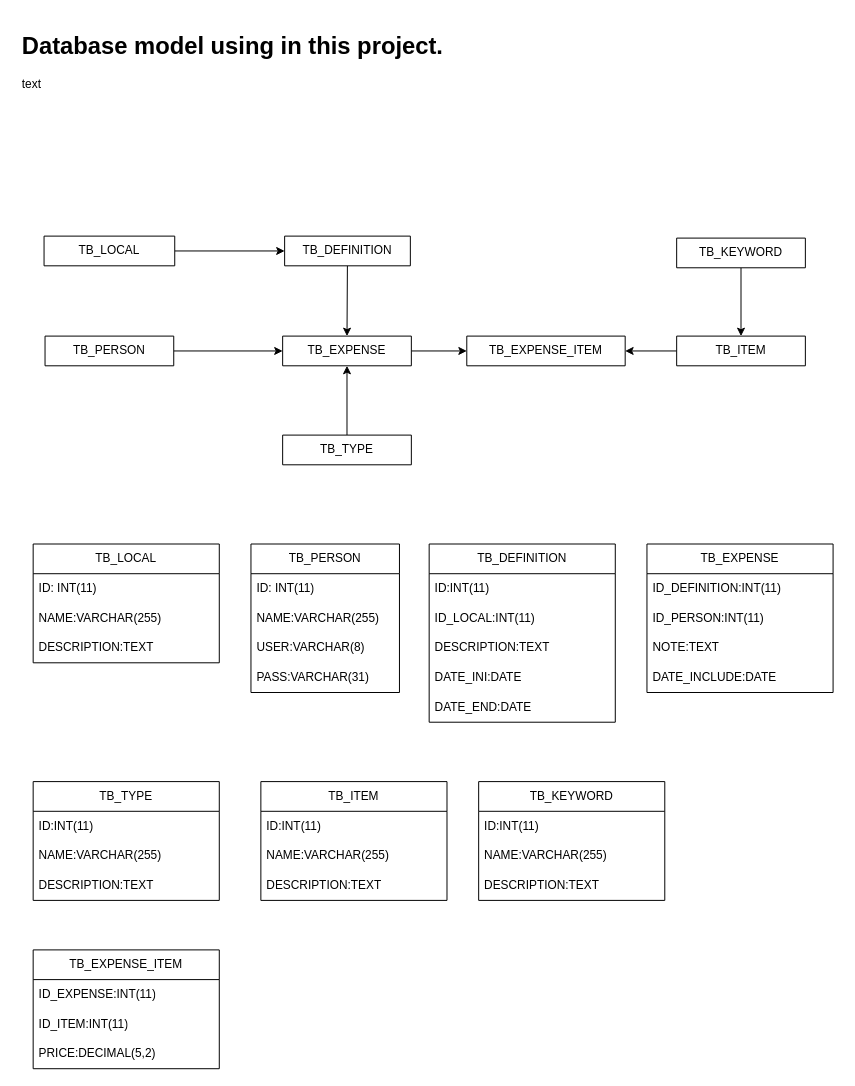
Above: documentation/spend-list-database.drawio in distro104/spend-list (draw.io), before the change. Source tidied: cells renumbered, new cells numbered last; positions are measured from the earlier drawing's top-left corner, leaving out a move shared by most shapes. Both pictures are drawn from the tidied source at 99%, with x=0, y=0 at pixel (17, 27).
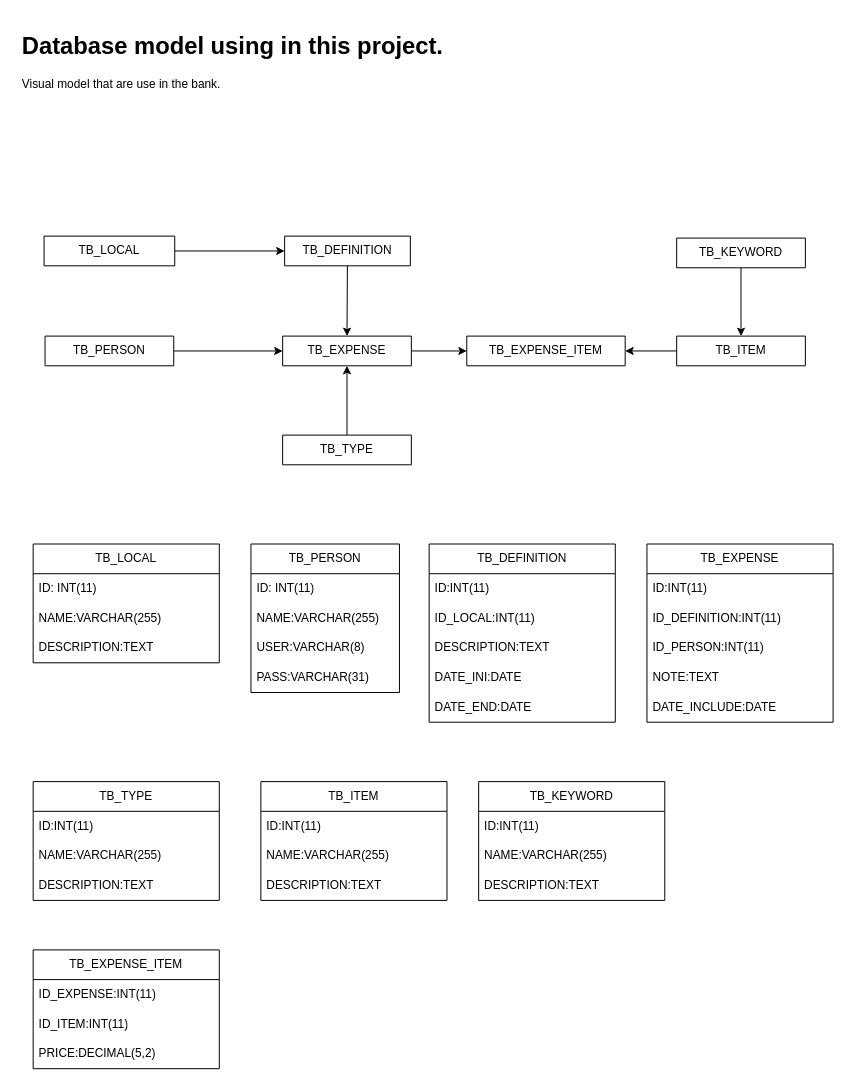
Above is the later version.

Commit message:
Add field in table

Change to the diagram source:
```diff
@@
     <mxCell id="33" value="TB_EXPENSE" style="swimlane;fontStyle=0;horizontal=1;startSize=30;whiteSpace=wrap;html=1;" parent="1" vertex="1">
-      <mxGeometry x="636" y="522" width="188" height="150" as="geometry" />
+      <mxGeometry x="636" y="522" width="188" height="180" as="geometry" />
     </mxCell>
+    <mxCell id="55" value="ID:INT(11)" style="text;strokeColor=none;fillColor=none;align=left;verticalAlign=middle;spacingLeft=4;spacingRight=4;overflow=hidden;whiteSpace=wrap;html=1;" parent="33" vertex="1">
+      <mxGeometry y="30" width="188" height="30" as="geometry" />
+    </mxCell>
     <mxCell id="34" value="ID_DEFINITION:INT(11)" style="text;strokeColor=none;fillColor=none;align=left;verticalAlign=middle;spacingLeft=4;spacingRight=4;overflow=hidden;whiteSpace=wrap;html=1;" parent="33" vertex="1">
-      <mxGeometry y="30" width="188" height="30" as="geometry" />
+      <mxGeometry y="60" width="188" height="30" as="geometry" />
     </mxCell>
     <mxCell id="35" value="ID_PERSON:INT(11)" style="text;strokeColor=none;fillColor=none;align=left;verticalAlign=middle;spacingLeft=4;spacingRight=4;overflow=hidden;whiteSpace=wrap;html=1;" parent="33" vertex="1">
-      <mxGeometry y="60" width="188" height="30" as="geometry" />
+      <mxGeometry y="90" width="188" height="30" as="geometry" />
     </mxCell>
     <mxCell id="36" value="NOTE:TEXT" style="text;strokeColor=none;fillColor=none;align=left;verticalAlign=middle;spacingLeft=4;spacingRight=4;overflow=hidden;whiteSpace=wrap;html=1;" parent="33" vertex="1">
-      <mxGeometry y="90" width="188" height="30" as="geometry" />
+      <mxGeometry y="120" width="188" height="30" as="geometry" />
     </mxCell>
     <mxCell id="37" value="DATE_INCLUDE:DATE" style="text;strokeColor=none;fillColor=none;align=left;verticalAlign=middle;spacingLeft=4;spacingRight=4;overflow=hidden;whiteSpace=wrap;html=1;" parent="33" vertex="1">
-      <mxGeometry y="120" width="188" height="30" as="geometry" />
+      <mxGeometry y="150" width="188" height="30" as="geometry" />
     </mxCell>
@@
-    <mxCell id="54" value="&lt;h1&gt;Database model using in this project.&lt;/h1&gt;&lt;p&gt;text&lt;/p&gt;" style="text;html=1;strokeColor=none;fillColor=none;spacing=5;spacingTop=-20;whiteSpace=wrap;overflow=hidden;rounded=0;" parent="1" vertex="1">
+    <mxCell id="54" value="&lt;h1&gt;Database model using in this project.&lt;/h1&gt;&lt;p&gt;Visual model that are use in the bank.&lt;/p&gt;" style="text;html=1;strokeColor=none;fillColor=none;spacing=5;spacingTop=-20;whiteSpace=wrap;overflow=hidden;rounded=0;" parent="1" vertex="1">
       <mxGeometry width="830" height="180" as="geometry" />
     </mxCell>
```
